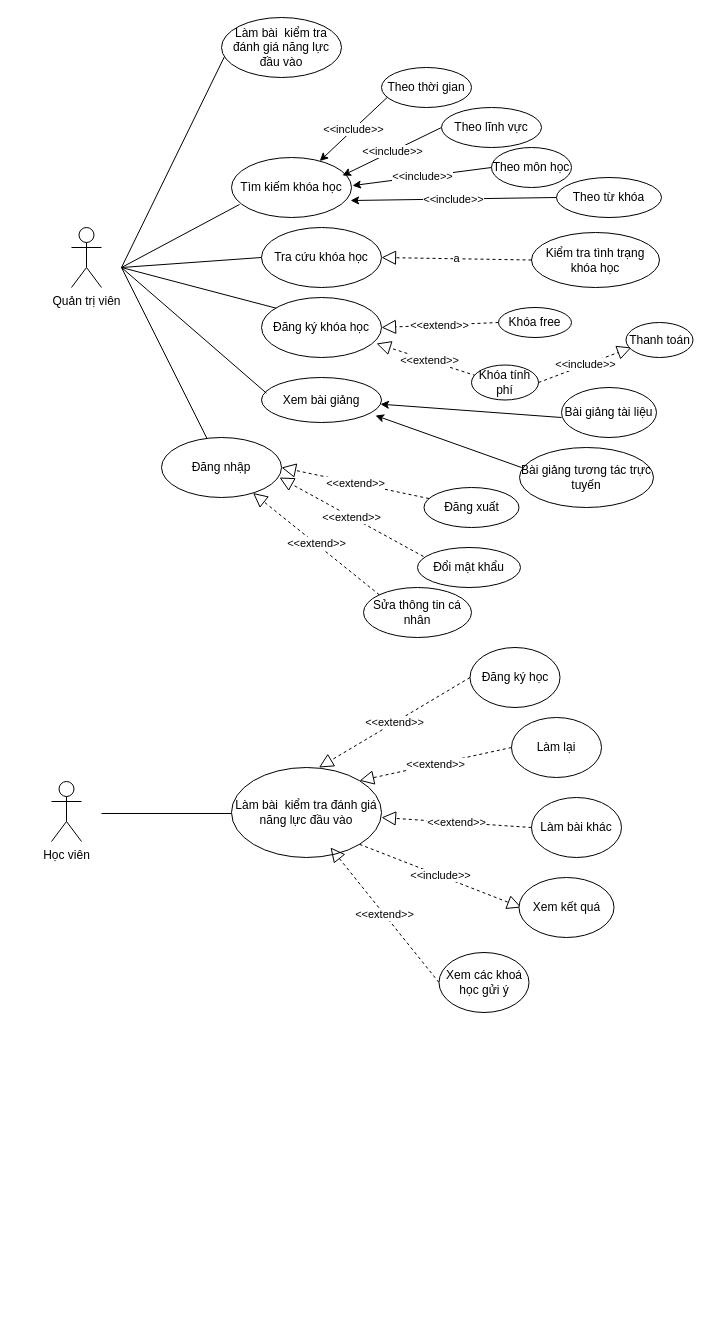
Before: Diagrams/Untitled Diagram.drawio in Natsu1270/DCLV-34-19-20, a draw.io diagram. Source tidied: cells renumbered, new cells numbered last; positions are measured from the earlier drawing's top-left corner, leaving out a move shared by most shapes. Both pictures are drawn from the tidied source at 100%, with x=0, y=0 at pixel (51, 17).
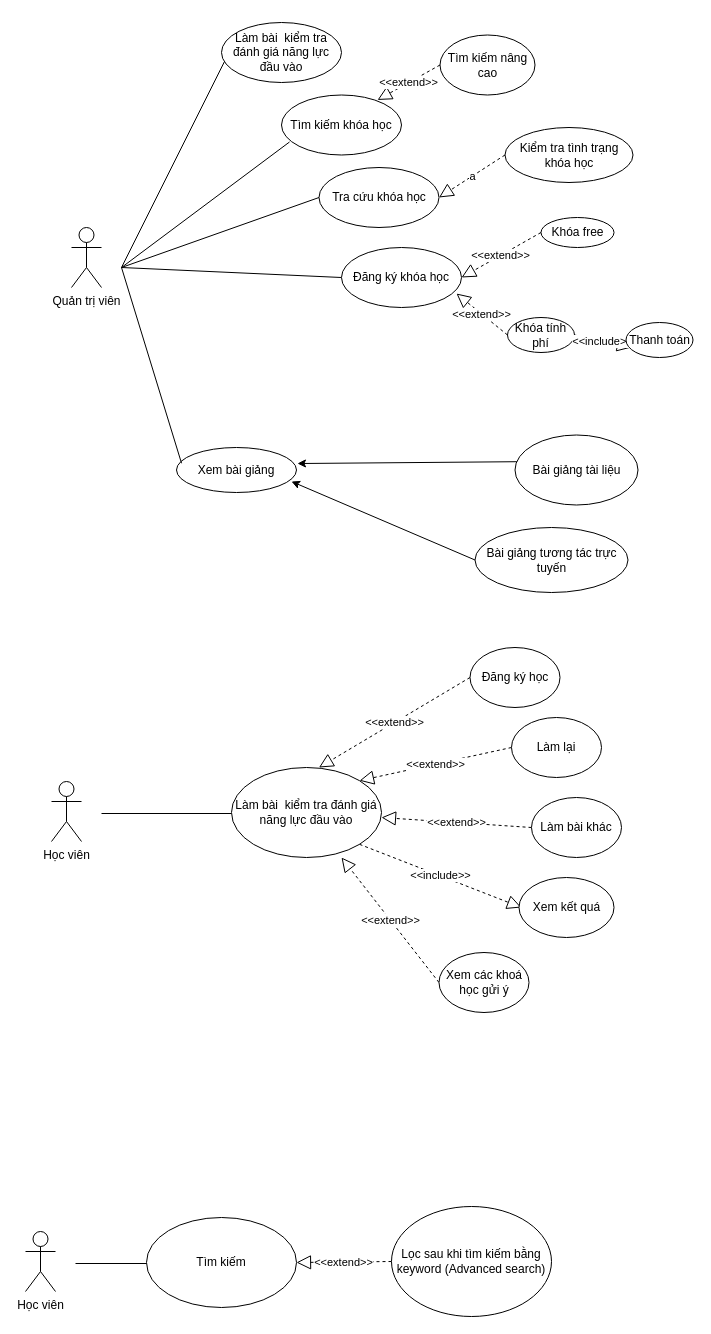
Above is the later version.

The change refers to these unchanged cells:
```xml
<mxCell id="51" value="Xem các khoá học gửi ý" style="ellipse;whiteSpace=wrap;html=1;" parent="1" vertex="1">
  <mxGeometry x="387.5" y="935" width="90" height="60" as="geometry" />
</mxCell>
```

Change to the diagram source:
```diff
@@
-    <mxCell id="5" style="endArrow=none;html=1;" parent="1" edge="1">
+    <mxCell id="5" style="endArrow=none;html=1;entryX=0;entryY=0.5;entryDx=0;entryDy=0;" parent="1" edge="1" target="8">
       <mxGeometry relative="1" as="geometry">
         <mxPoint x="70" y="250" as="sourcePoint" />
-        <mxPoint x="260" y="300" as="targetPoint" />
       </mxGeometry>
     </mxCell>
     <mxCell id="6" value="Tìm kiếm khóa học" style="ellipse;whiteSpace=wrap;html=1;" parent="1" vertex="1">
-      <mxGeometry x="180" y="140" width="120" height="60" as="geometry" />
+      <mxGeometry x="230" y="77.5" width="120" height="60" as="geometry" />
     </mxCell>
     <mxCell id="7" value="Tra cứu khóa học" style="ellipse;whiteSpace=wrap;html=1;" parent="1" vertex="1">
-      <mxGeometry x="210" y="210" width="120" height="60" as="geometry" />
+      <mxGeometry x="267.5" y="150" width="120" height="60" as="geometry" />
     </mxCell>
     <mxCell id="8" value="Đăng ký khóa học" style="ellipse;whiteSpace=wrap;html=1;" parent="1" vertex="1">
-      <mxGeometry x="210" y="280" width="120" height="60" as="geometry" />
+      <mxGeometry x="290" y="230" width="120" height="60" as="geometry" />
     </mxCell>
-    <mxCell id="9" value="Đăng nhập" style="ellipse;whiteSpace=wrap;html=1;" parent="1" vertex="1">
-      <mxGeometry x="110" y="420" width="120" height="60" as="geometry" />
-    </mxCell>
-    <mxCell id="10" style="endArrow=none;html=1;" parent="1" edge="1" target="9">
-      <mxGeometry relative="1" as="geometry">
-        <mxPoint x="70" y="250" as="sourcePoint" />
-      </mxGeometry>
-    </mxCell>
-    <mxCell id="11" value="&amp;lt;&amp;lt;include&amp;gt;&amp;gt;" style="endArrow=classic;html=1;exitX=0.067;exitY=0.74;exitDx=0;exitDy=0;exitPerimeter=0;" parent="1" edge="1" source="22" target="6">
-      <mxGeometry relative="1" as="geometry" />
-    </mxCell>
-    <mxCell id="12" value="&amp;lt;&amp;lt;include&amp;gt;&amp;gt;" style="endArrow=classic;html=1;exitX=0;exitY=0.5;exitDx=0;exitDy=0;" parent="1" edge="1" source="23">
-      <mxGeometry relative="1" as="geometry">
-        <mxPoint x="291" y="158.1" as="targetPoint" />
-      </mxGeometry>
-    </mxCell>
-    <mxCell id="13" value="&amp;lt;&amp;lt;include&amp;gt;&amp;gt;" style="endArrow=classic;html=1;" parent="1" edge="1">
-      <mxGeometry relative="1" as="geometry">
-        <mxPoint x="440" y="150" as="sourcePoint" />
-        <mxPoint x="301" y="168.1" as="targetPoint" />
-      </mxGeometry>
-    </mxCell>
-    <mxCell id="14" value="&amp;lt;&amp;lt;include&amp;gt;&amp;gt;" style="endArrow=classic;html=1;entryX=0.992;entryY=0.717;entryDx=0;entryDy=0;entryPerimeter=0;exitX=0;exitY=0.5;exitDx=0;exitDy=0;" parent="1" edge="1" source="25" target="6">
-      <mxGeometry relative="1" as="geometry" />
-    </mxCell>
-    <mxCell id="15" value="&amp;lt;&amp;lt;extend&amp;gt;&amp;gt;" style="endArrow=block;dashed=1;endFill=0;endSize=12;html=1;exitX=0.058;exitY=0.225;exitDx=0;exitDy=0;entryX=0.983;entryY=0.667;entryDx=0;entryDy=0;entryPerimeter=0;exitPerimeter=0;" parent="1" edge="1" source="21" target="9">
-      <mxGeometry relative="1" as="geometry" />
-    </mxCell>
-    <mxCell id="16" value="&amp;lt;&amp;lt;extend&amp;gt;&amp;gt;" style="endArrow=block;dashed=1;endFill=0;endSize=12;html=1;entryX=1;entryY=0.5;entryDx=0;entryDy=0;" parent="1" edge="1" source="20" target="9">
-      <mxGeometry relative="1" as="geometry" />
-    </mxCell>
-    <mxCell id="17" value="&amp;lt;&amp;lt;extend&amp;gt;&amp;gt;" style="endArrow=block;dashed=1;endFill=0;endSize=12;html=1;entryX=0.958;entryY=0.767;entryDx=0;entryDy=0;entryPerimeter=0;" parent="1" edge="1" target="8">
-      <mxGeometry relative="1" as="geometry">
-        <mxPoint x="430" y="360" as="sourcePoint" />
-      </mxGeometry>
+    <mxCell id="17" value="&amp;lt;&amp;lt;extend&amp;gt;&amp;gt;" style="endArrow=block;dashed=1;endFill=0;endSize=12;html=1;entryX=0.958;entryY=0.767;entryDx=0;entryDy=0;entryPerimeter=0;exitX=0;exitY=0.5;exitDx=0;exitDy=0;" parent="1" edge="1" source="26" target="8">
+      <mxGeometry relative="1" as="geometry" />
     </mxCell>
@@
-    <mxCell id="20" value="Đăng xuất" style="ellipse;whiteSpace=wrap;html=1;" parent="1" vertex="1">
-      <mxGeometry x="372.5" y="470" width="95" height="40" as="geometry" />
-    </mxCell>
-    <mxCell id="21" value="Đổi mật khẩu" style="ellipse;whiteSpace=wrap;html=1;" parent="1" vertex="1">
-      <mxGeometry x="366" y="530" width="103" height="40" as="geometry" />
-    </mxCell>
-    <mxCell id="22" value="Theo thời gian" style="ellipse;whiteSpace=wrap;html=1;" parent="1" vertex="1">
-      <mxGeometry x="330" y="50" width="90" height="40" as="geometry" />
-    </mxCell>
-    <mxCell id="23" value="Theo lĩnh vực" style="ellipse;whiteSpace=wrap;html=1;" parent="1" vertex="1">
-      <mxGeometry x="390" y="90" width="100" height="40" as="geometry" />
-    </mxCell>
-    <mxCell id="24" value="Theo môn học" style="ellipse;whiteSpace=wrap;html=1;" parent="1" vertex="1">
-      <mxGeometry x="440" y="130" width="80" height="40" as="geometry" />
-    </mxCell>
-    <mxCell id="25" value="Theo từ khóa" style="ellipse;whiteSpace=wrap;html=1;" parent="1" vertex="1">
-      <mxGeometry x="505" y="160" width="105" height="40" as="geometry" />
-    </mxCell>
     <mxCell id="26" value="Khóa tính phí" style="ellipse;whiteSpace=wrap;html=1;" parent="1" vertex="1">
-      <mxGeometry x="420" y="347.5" width="67" height="35" as="geometry" />
+      <mxGeometry x="456" y="300" width="67" height="35" as="geometry" />
     </mxCell>
     <mxCell id="27" value="Khóa free" style="ellipse;whiteSpace=wrap;html=1;" parent="1" vertex="1">
-      <mxGeometry x="447" y="290" width="73" height="30" as="geometry" />
+      <mxGeometry x="489.5" y="200" width="73" height="30" as="geometry" />
     </mxCell>
     <mxCell id="28" value="Kiểm tra tình trạng khóa học" style="ellipse;whiteSpace=wrap;html=1;" parent="1" vertex="1">
-      <mxGeometry x="480" y="215" width="128" height="55" as="geometry" />
+      <mxGeometry x="453.5" y="110" width="128" height="55" as="geometry" />
     </mxCell>
-    <mxCell id="29" value="Sửa thông tin cá nhân" style="ellipse;whiteSpace=wrap;html=1;" parent="1" vertex="1">
-      <mxGeometry x="312" y="570" width="108" height="50" as="geometry" />
-    </mxCell>
-    <mxCell id="30" value="&amp;lt;&amp;lt;extend&amp;gt;&amp;gt;" style="endArrow=block;dashed=1;endFill=0;endSize=12;html=1;exitX=0;exitY=0;exitDx=0;exitDy=0;" parent="1" edge="1" source="29" target="9">
-      <mxGeometry relative="1" as="geometry" />
-    </mxCell>
     <mxCell id="31" value="Xem bài giảng" style="ellipse;whiteSpace=wrap;html=1;" parent="1" vertex="1">
-      <mxGeometry x="210" y="360" width="120" height="45" as="geometry" />
+      <mxGeometry x="125" y="430" width="120" height="45" as="geometry" />
     </mxCell>
@@
     <mxCell id="34" value="Làm bài&amp;nbsp; kiểm tra đánh giá năng lực đầu vào" style="ellipse;whiteSpace=wrap;html=1;" parent="1" vertex="1">
-      <mxGeometry x="170" width="120" height="60" as="geometry" />
+      <mxGeometry x="170" y="5" width="120" height="60" as="geometry" />
     </mxCell>
@@
-    <mxCell id="37" style="endArrow=classic;html=1;" parent="1" edge="1" target="31">
+    <mxCell id="37" style="endArrow=classic;html=1;entryX=1.008;entryY=0.356;entryDx=0;entryDy=0;entryPerimeter=0;" parent="1" edge="1" target="31">
       <mxGeometry relative="1" as="geometry">
-        <mxPoint x="510" y="400" as="sourcePoint" />
+        <mxPoint x="490" y="444" as="sourcePoint" />
       </mxGeometry>
     </mxCell>
-    <mxCell id="38" style="endArrow=classic;html=1;" parent="1" edge="1">
+    <mxCell id="38" style="endArrow=classic;html=1;exitX=0;exitY=0.5;exitDx=0;exitDy=0;" parent="1" edge="1" source="40">
       <mxGeometry relative="1" as="geometry">
-        <mxPoint x="470" y="450" as="sourcePoint" />
-        <mxPoint x="324" y="398" as="targetPoint" />
+        <mxPoint x="240" y="464" as="targetPoint" />
       </mxGeometry>
     </mxCell>
     <mxCell id="39" value="Bài giảng tài liệu" style="ellipse;whiteSpace=wrap;html=1;" parent="1" vertex="1">
-      <mxGeometry x="510" y="370" width="95" height="50" as="geometry" />
+      <mxGeometry x="463.5" y="417.5" width="123" height="70" as="geometry" />
     </mxCell>
     <mxCell id="40" value="Bài giảng tương tác trực tuyến" style="ellipse;whiteSpace=wrap;html=1;" parent="1" vertex="1">
-      <mxGeometry x="468" y="430" width="134" height="60" as="geometry" />
+      <mxGeometry x="423.5" y="510" width="153" height="65" as="geometry" />
     </mxCell>
@@
     <mxCell id="50" value="&amp;lt;&amp;lt;extend&amp;gt;&amp;gt;" style="endArrow=block;dashed=1;endFill=0;endSize=12;html=1;exitX=0;exitY=0.5;exitDx=0;exitDy=0;" parent="1" edge="1" source="51">
       <mxGeometry relative="1" as="geometry">
-        <mxPoint x="279" y="830" as="targetPoint" />
+        <mxPoint x="290" y="840" as="targetPoint" />
       </mxGeometry>
     </mxCell>
@@
+    <mxCell id="54" value="Học viên" style="shape=umlActor;verticalLabelPosition=bottom;labelBackgroundColor=#ffffff;verticalAlign=top;html=1;" parent="1" vertex="1">
+      <mxGeometry x="-26" y="1214" width="30" height="60" as="geometry" />
+    </mxCell>
+    <mxCell id="55" style="endArrow=none;html=1;entryX=0;entryY=0.5;entryDx=0;entryDy=0;" parent="1" edge="1">
+      <mxGeometry relative="1" as="geometry">
+        <mxPoint x="24" y="1246" as="sourcePoint" />
+        <mxPoint x="154" y="1246" as="targetPoint" />
+      </mxGeometry>
+    </mxCell>
+    <mxCell id="56" value="Tìm kiếm" style="ellipse;whiteSpace=wrap;html=1;" parent="1" vertex="1">
+      <mxGeometry x="95" y="1200" width="150" height="90" as="geometry" />
+    </mxCell>
+    <mxCell id="57" value="&amp;lt;&amp;lt;extend&amp;gt;&amp;gt;" style="endArrow=block;dashed=1;endFill=0;endSize=12;html=1;entryX=1;entryY=0.5;entryDx=0;entryDy=0;exitX=0;exitY=0.5;exitDx=0;exitDy=0;" parent="1" edge="1" source="58" target="56">
+      <mxGeometry relative="1" as="geometry" />
+    </mxCell>
+    <mxCell id="58" value="Lọc sau khi tìm kiếm bằng keyword (Advanced search)" style="ellipse;whiteSpace=wrap;html=1;" parent="1" vertex="1">
+      <mxGeometry x="340" y="1189" width="160" height="110" as="geometry" />
+    </mxCell>
+    <mxCell id="59" value="&amp;lt;&amp;lt;extend&amp;gt;&amp;gt;" style="endArrow=block;dashed=1;endFill=0;endSize=12;html=1;exitX=0;exitY=0.5;exitDx=0;exitDy=0;entryX=0.8;entryY=0.083;entryDx=0;entryDy=0;entryPerimeter=0;" parent="1" edge="1" source="60" target="6">
+      <mxGeometry relative="1" as="geometry" />
+    </mxCell>
+    <mxCell id="60" value="Tìm kiếm nâng cao" style="ellipse;whiteSpace=wrap;html=1;" parent="1" vertex="1">
+      <mxGeometry x="388.5" y="17.5" width="95" height="60" as="geometry" />
+    </mxCell>
```
